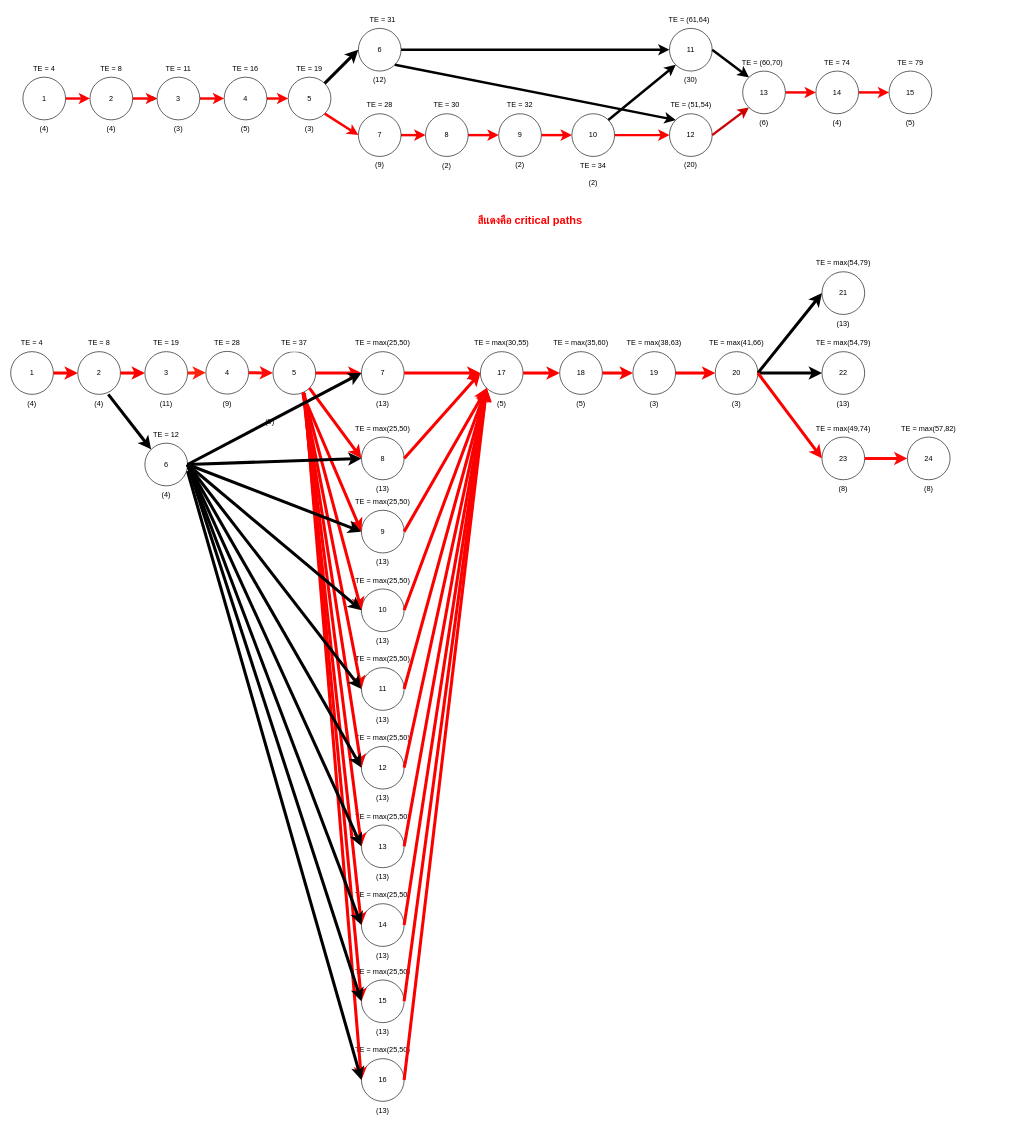
Above: page "Page-6" (8 of 9) of DFD.drawio in jarawin/carcare (draw.io), before the change. Source tidied: cells renumbered, new cells numbered last; positions are measured from the earlier drawing's top-left corner, leaving out a move shared by most shapes. Both pictures are drawn from the tidied source at 61%, with x=0, y=0 at pixel (10, 10).
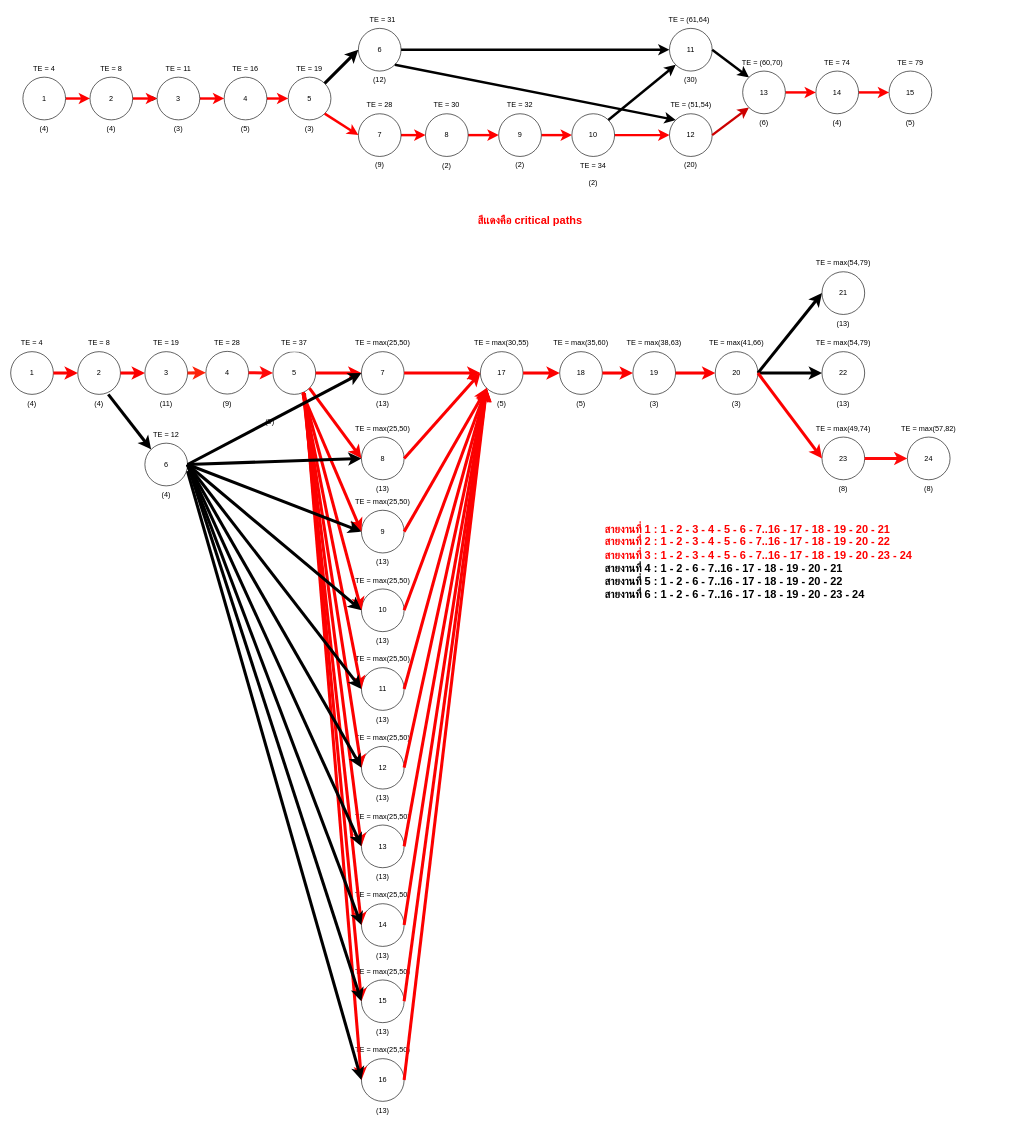
Above is the later version.

Change to the diagram source:
```diff
@@
+    <mxCell id="180" value="&lt;div style=&quot;text-align: left;&quot;&gt;&lt;div&gt;&lt;font style=&quot;background-color: initial;&quot; color=&quot;#ff0000&quot;&gt;&lt;span style=&quot;font-size: 18px;&quot;&gt;&lt;b&gt;สายงานที่ 1 : 1 - 2 - 3 - 4&lt;/b&gt;&lt;/span&gt;&lt;/font&gt;&lt;b style=&quot;background-color: initial; color: rgb(255, 0, 0); font-size: 18px;&quot;&gt;&amp;nbsp;-&amp;nbsp;&lt;/b&gt;&lt;font style=&quot;background-color: initial;&quot; color=&quot;#ff0000&quot;&gt;&lt;span style=&quot;font-size: 18px;&quot;&gt;&lt;b&gt;5&lt;/b&gt;&lt;/span&gt;&lt;/font&gt;&lt;b style=&quot;background-color: initial; color: rgb(255, 0, 0); font-size: 18px;&quot;&gt;&amp;nbsp;-&amp;nbsp;&lt;/b&gt;&lt;font style=&quot;background-color: initial;&quot; color=&quot;#ff0000&quot;&gt;&lt;span style=&quot;font-size: 18px;&quot;&gt;&lt;b&gt;6 - 7..16 - 17 - 18 - 19 - 20 - 21&lt;/b&gt;&lt;/span&gt;&lt;/font&gt;&lt;/div&gt;&lt;font style=&quot;text-align: center;&quot; color=&quot;#ff0000&quot;&gt;&lt;div style=&quot;text-align: left;&quot;&gt;&lt;font style=&quot;background-color: initial;&quot; color=&quot;#ff0000&quot;&gt;&lt;span style=&quot;font-size: 18px;&quot;&gt;&lt;b&gt;สายงานที่ 2 : 1 - 2 - 3 - 4&lt;/b&gt;&lt;/span&gt;&lt;/font&gt;&lt;b style=&quot;background-color: initial; font-size: 18px;&quot;&gt;&amp;nbsp;-&amp;nbsp;&lt;/b&gt;&lt;font style=&quot;background-color: initial;&quot; color=&quot;#ff0000&quot;&gt;&lt;span style=&quot;font-size: 18px;&quot;&gt;&lt;b&gt;5&lt;/b&gt;&lt;/span&gt;&lt;/font&gt;&lt;b style=&quot;background-color: initial; font-size: 18px;&quot;&gt;&amp;nbsp;-&amp;nbsp;&lt;/b&gt;&lt;font style=&quot;background-color: initial;&quot; color=&quot;#ff0000&quot;&gt;&lt;span style=&quot;font-size: 18px;&quot;&gt;&lt;b&gt;6 - 7..16 - 17 - 18 - 19 - 20 - 22&lt;/b&gt;&lt;/span&gt;&lt;/font&gt;&lt;/div&gt;&lt;/font&gt;&lt;div style=&quot;color: rgb(255, 0, 0);&quot;&gt;&lt;font style=&quot;background-color: initial;&quot; color=&quot;#ff0000&quot;&gt;&lt;span style=&quot;font-size: 18px;&quot;&gt;&lt;b&gt;สายงานที่ 3 : 1 - 2 - 3 - 4&lt;/b&gt;&lt;/span&gt;&lt;/font&gt;&lt;b style=&quot;background-color: initial; font-size: 18px;&quot;&gt;&amp;nbsp;-&amp;nbsp;&lt;/b&gt;&lt;font style=&quot;background-color: initial;&quot; color=&quot;#ff0000&quot;&gt;&lt;span style=&quot;font-size: 18px;&quot;&gt;&lt;b&gt;5&lt;/b&gt;&lt;/span&gt;&lt;/font&gt;&lt;b style=&quot;background-color: initial; font-size: 18px;&quot;&gt;&amp;nbsp;-&amp;nbsp;&lt;/b&gt;&lt;font style=&quot;background-color: initial;&quot; color=&quot;#ff0000&quot;&gt;&lt;span style=&quot;font-size: 18px;&quot;&gt;&lt;b&gt;6 - 7..16 - 17 - 18 - 19 - 20 - 23 - 24&lt;/b&gt;&lt;/span&gt;&lt;/font&gt;&lt;/div&gt;&lt;div&gt;&lt;span style=&quot;font-size: 18px;&quot;&gt;&lt;b&gt;สายงานที่ 4 : 1 - 2 - 6 - 7..16 - 17 - 18 - 19 - 20 - 21&lt;/b&gt;&lt;/span&gt;&lt;/div&gt;&lt;div&gt;&lt;b style=&quot;font-size: 18px;&quot;&gt;สายงานที่ 5 : 1 - 2 - 6 - 7..16 - 17 - 18 - 19 - 20 - 22&lt;/b&gt;&lt;span style=&quot;font-size: 18px;&quot;&gt;&lt;b&gt;&lt;br&gt;&lt;/b&gt;&lt;/span&gt;&lt;/div&gt;&lt;div&gt;&lt;b style=&quot;font-size: 18px;&quot;&gt;สายงานที่ 6 : 1 - 2 - 6 - 7..16 - 17 - 18 - 19 - 20 - 23 - 24&lt;/b&gt;&lt;/div&gt;&lt;/div&gt;" style="text;html=1;strokeColor=none;fillColor=none;align=center;verticalAlign=middle;whiteSpace=wrap;rounded=0;" parent="1" vertex="1">
+      <mxGeometry x="830" y="849" width="792" height="110" as="geometry" />
+    </mxCell>
```
